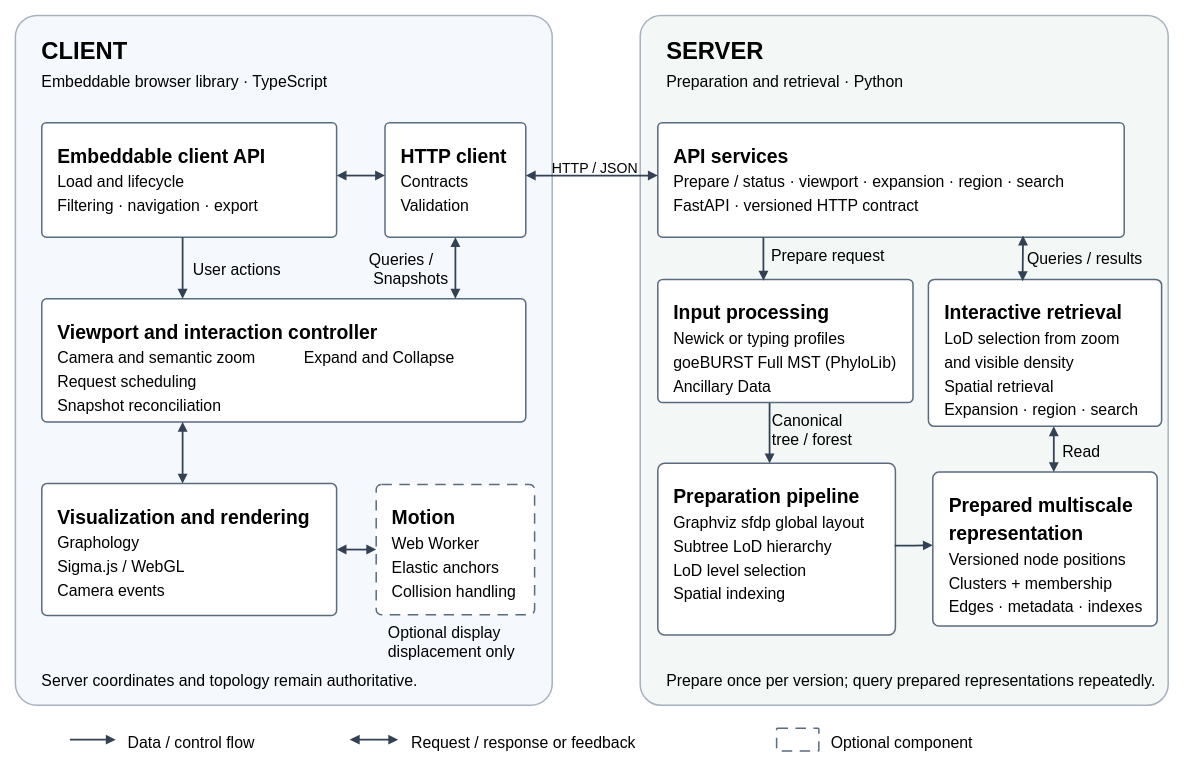
phyloviz/phylo-lens keeps this draw.io diagram as docs/figures/phylolens-architecture.drawio. Above is the earlier version. Source tidied: cells renumbered, new cells numbered last; positions are measured from the earlier drawing's top-left corner, leaving out a move shared by most shapes. Both pictures are drawn from the tidied source at 88%, with x=0, y=0 at pixel (15, 15).
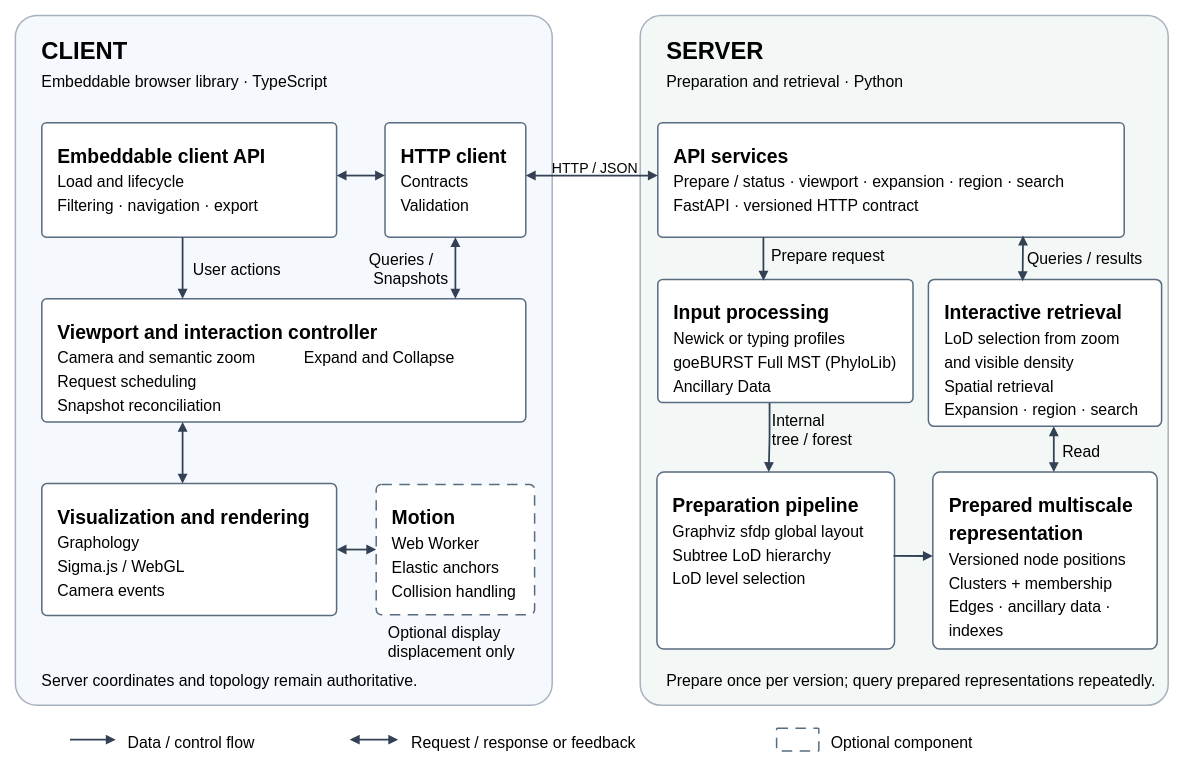
After the change.

Commit message:
docs(diagram): update server architecture drawing

Unchanged cells that the change refers to:
```xml
<mxCell id="14" style="rounded=1;html=1;whiteSpace=wrap;arcSize=4;strokeWidth=1.7;align=left;verticalAlign=top;spacing=18;fontFamily=Arial;fillColor=#f3f8f7;strokeColor=#a6b2bf;" parent="1" vertex="1">
  <mxGeometry x="710" width="600" height="784" as="geometry" />
</mxCell>
```

Diff of the diagram source:
```diff
@@
-    <mxCell id="17" value="&lt;div style=&quot;font-size:22px;line-height:32px;font-weight:bold;&quot;&gt;Preparation pipeline&lt;/div&gt;&lt;div style=&quot;font-size:18px;line-height:27px;&quot;&gt;Graphviz sfdp global layout&lt;/div&gt;&lt;div style=&quot;font-size:18px;line-height:27px;&quot;&gt;Subtree LoD hierarchy&lt;/div&gt;&lt;div style=&quot;font-size:18px;line-height:27px;&quot;&gt;LoD level selection&lt;/div&gt;&lt;div style=&quot;font-size:18px;line-height:27px;&quot;&gt;Spatial indexing&lt;/div&gt;&lt;div style=&quot;font-size:18px;line-height:27px;&quot;&gt;&lt;br&gt;&lt;/div&gt;" style="rounded=1;html=1;whiteSpace=wrap;arcSize=4;strokeWidth=1.7;align=left;verticalAlign=top;spacing=18;fontFamily=Arial;fillColor=#ffffff;strokeColor=#596b7f;" parent="14" vertex="1">
-      <mxGeometry x="20" y="509" width="270" height="195" as="geometry" />
+    <mxCell id="17" value="&lt;div style=&quot;font-size:22px;line-height:32px;font-weight:bold;&quot;&gt;Preparation pipeline&lt;/div&gt;&lt;div style=&quot;font-size:18px;line-height:27px;&quot;&gt;Graphviz sfdp global layout&lt;/div&gt;&lt;div style=&quot;font-size:18px;line-height:27px;&quot;&gt;Subtree LoD hierarchy&lt;/div&gt;&lt;div style=&quot;font-size:18px;line-height:27px;&quot;&gt;LoD level selection&lt;/div&gt;&lt;div style=&quot;font-size:18px;line-height:27px;&quot;&gt;&lt;br&gt;&lt;/div&gt;" style="rounded=1;html=1;whiteSpace=wrap;arcSize=4;strokeWidth=1.7;align=left;verticalAlign=top;spacing=18;fontFamily=Arial;fillColor=#ffffff;strokeColor=#596b7f;" parent="14" vertex="1">
+      <mxGeometry x="19" y="519" width="270" height="201" as="geometry" />
     </mxCell>
@@
-    <mxCell id="19" value="&lt;div style=&quot;font-size:22px;line-height:32px;font-weight:bold;&quot;&gt;Prepared multiscale representation&lt;/div&gt;&lt;div style=&quot;font-size:18px;line-height:27px;&quot;&gt;Versioned node positions&lt;/div&gt;&lt;div style=&quot;font-size:18px;line-height:27px;&quot;&gt;Clusters + membership&lt;/div&gt;&lt;div style=&quot;font-size:18px;line-height:27px;&quot;&gt;Edges · metadata · indexes&lt;/div&gt;" style="rounded=1;html=1;whiteSpace=wrap;arcSize=4;strokeWidth=1.7;align=left;verticalAlign=top;spacing=18;fontFamily=Arial;fillColor=#ffffff;strokeColor=#596b7f;" parent="14" vertex="1">
-      <mxGeometry x="332.5" y="519" width="255" height="175" as="geometry" />
+    <mxCell id="19" value="&lt;div style=&quot;font-size:22px;line-height:32px;font-weight:bold;&quot;&gt;Prepared multiscale representation&lt;/div&gt;&lt;div style=&quot;font-size:18px;line-height:27px;&quot;&gt;Versioned node positions&lt;/div&gt;&lt;div style=&quot;font-size:18px;line-height:27px;&quot;&gt;Clusters + membership&lt;/div&gt;&lt;div style=&quot;font-size:18px;line-height:27px;&quot;&gt;Edges · ancillary data · indexes&lt;/div&gt;" style="rounded=1;html=1;whiteSpace=wrap;arcSize=4;strokeWidth=1.7;align=left;verticalAlign=top;spacing=18;fontFamily=Arial;fillColor=#ffffff;strokeColor=#596b7f;" parent="14" vertex="1">
+      <mxGeometry x="332.5" y="519" width="255" height="201" as="geometry" />
     </mxCell>
@@
-    <mxCell id="23" value="Canonical" style="text;html=0;whiteSpace=nowrap;align=left;fontFamily=Arial;fontSize=18;fontStyle=0;spacing=0;overflow=visible;strokeColor=none;fillColor=none;" parent="14" vertex="1">
+    <mxCell id="23" value="Internal" style="text;html=0;whiteSpace=nowrap;align=left;fontFamily=Arial;fontSize=18;fontStyle=0;spacing=0;overflow=visible;strokeColor=none;fillColor=none;" parent="14" vertex="1">
       <mxGeometry x="150" y="445.4" width="85.9" height="21.6" as="geometry" />
     </mxCell>
@@
-    <mxCell id="42" style="edgeStyle=orthogonalEdgeStyle;rounded=0;strokeColor=#334155;strokeWidth=2;endArrow=block;endFill=1;exitX=0.997;exitY=0.479;exitPerimeter=0;entryX=0.0;entryY=0.4742857142857143;entryPerimeter=0;exitDx=0;exitDy=0;" parent="1" edge="1" source="17" target="19">
+    <mxCell id="42" style="edgeStyle=orthogonalEdgeStyle;rounded=0;strokeColor=#334155;strokeWidth=2;endArrow=block;endFill=1;exitX=0.996;exitY=0.474;exitPerimeter=0;entryX=0.0;entryY=0.4742857142857143;entryPerimeter=0;exitDx=0;exitDy=0;" parent="1" edge="1" source="17" target="19">
       <mxGeometry relative="1" as="geometry" />
     </mxCell>
```
